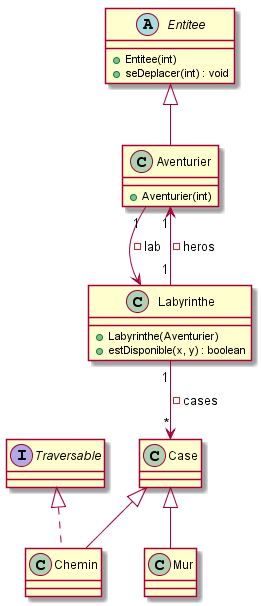
Earlier version of the PlantUML export documents/version_1/diagramme_classe.png (NunzioArdi/2019_coo_zeldiablo).
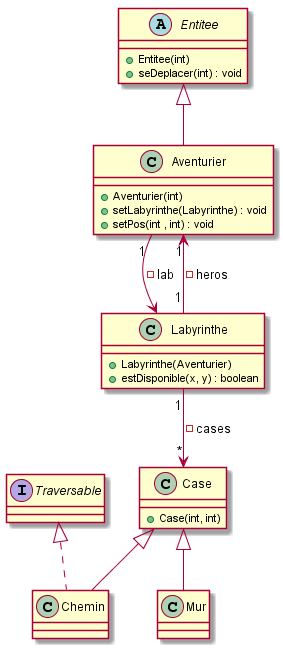
After the commit.

Commit message:
maj diagramme de classe

The edit, as a diff of the source:
```diff
@@ -1,6 +1,8 @@
 @startuml
 class Aventurier{
 +Aventurier(int)
++setLabyrinthe(Labyrinthe) : void
++setPos(int , int) : void
 }
 
 class Labyrinthe{
@@ -9,6 +11,7 @@
 }
 
 class Case{
++Case(int, int)
 }
 
 class Chemin{
```
